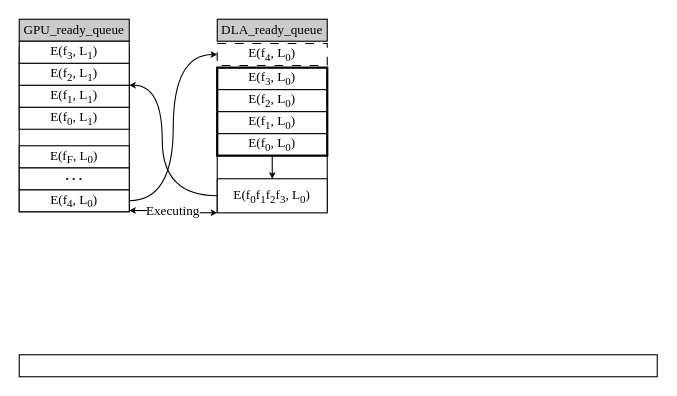
Earlier version of the draw.io diagram figures/design_pipeline.drawio (icszhr/hermes). Source tidied: cells renumbered, new cells numbered last; positions are measured from the earlier drawing's top-left corner, leaving out a move shared by most shapes. Both pictures are drawn from the tidied source at 110%, with x=0, y=0 at pixel (19, 19).
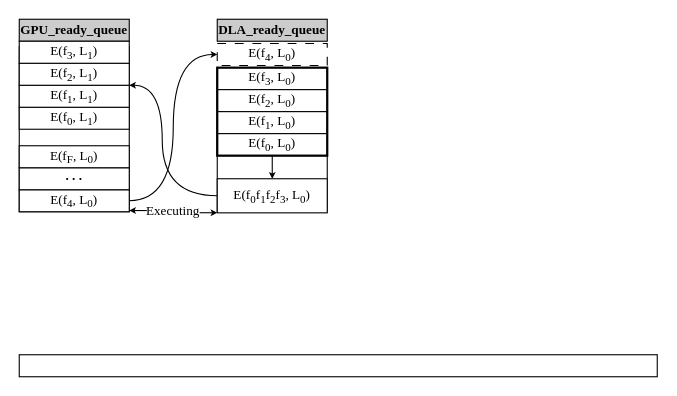
The same diagram, later.

What changed in the source:
```diff
@@
-    <mxCell id="2" value="GPU_ready_queue" style="rounded=0;whiteSpace=wrap;html=1;fontFamily=Times New Roman;fillColor=#CCCCCC;" parent="1" vertex="1">
+    <mxCell id="2" value="&lt;b&gt;GPU_ready_queue&lt;/b&gt;" style="rounded=0;whiteSpace=wrap;html=1;fontFamily=Times New Roman;fillColor=#CCCCCC;" parent="1" vertex="1">
       <mxGeometry width="100" height="20" as="geometry" />
     </mxCell>
@@
-    <mxCell id="4" value="DLA_ready_queue" style="rounded=0;whiteSpace=wrap;html=1;fontFamily=Times New Roman;fillColor=#CCCCCC;" parent="1" vertex="1">
+    <mxCell id="4" value="&lt;b&gt;DLA_ready_queue&lt;/b&gt;" style="rounded=0;whiteSpace=wrap;html=1;fontFamily=Times New Roman;fillColor=#CCCCCC;" parent="1" vertex="1">
       <mxGeometry x="180" width="100" height="20" as="geometry" />
     </mxCell>
```
